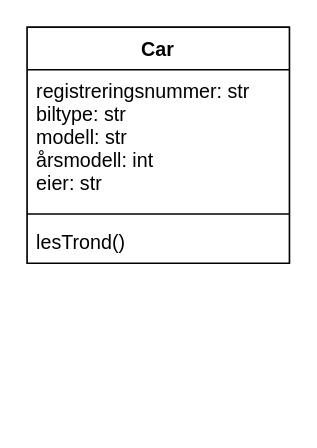
Before: Ommel.drawio in patootey/trafikksystem, a draw.io diagram. Source tidied: cells renumbered, new cells numbered last; positions are measured from the earlier drawing's top-left corner, leaving out a move shared by most shapes. Both pictures are drawn from the tidied source at 164%, with x=0, y=0 at pixel (26, 26).
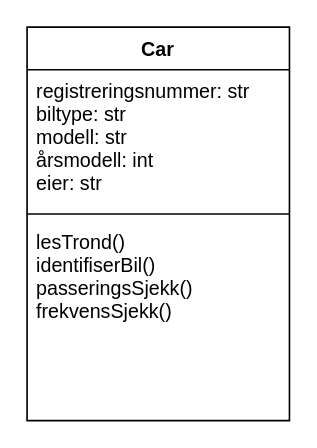
Above is the later version.

Commit message:
Enda mer madafak Ommel

What changed in the source:
```diff
@@
 <mxGraphModel>
   <root>
     <mxCell id="0" />
     <mxCell id="1" parent="0" />
     <mxCell id="2" value="Car" style="swimlane;fontStyle=1;align=center;verticalAlign=top;horizontal=1;startSize=26;" parent="1" vertex="1">
-      <mxGeometry width="160" height="144" as="geometry" />
+      <mxGeometry width="160" height="240" as="geometry" />
     </mxCell>
     <mxCell id="3" value="registreringsnummer: str&#10;biltype: str&#10;modell: str&#10;årsmodell: int&#10;eier: str" style="text;strokeColor=none;fillColor=none;align=left;verticalAlign=top;spacingLeft=4;spacingRight=4;overflow=hidden;" parent="2" vertex="1">
       <mxGeometry y="26" width="160" height="84" as="geometry" />
     </mxCell>
     <mxCell id="4" style="line;strokeWidth=1;fillColor=none;align=left;verticalAlign=middle;spacingTop=-1;spacingLeft=3;spacingRight=3;labelPosition=right;strokeColor=inherit;" parent="2" vertex="1">
       <mxGeometry y="110" width="160" height="8" as="geometry" />
     </mxCell>
-    <mxCell id="5" value="lesTrond()" style="text;strokeColor=none;fillColor=none;align=left;verticalAlign=top;spacingLeft=4;spacingRight=4;overflow=hidden;" parent="2" vertex="1">
-      <mxGeometry y="118" width="160" height="26" as="geometry" />
+    <mxCell id="5" value="lesTrond()&#10;identifiserBil()&#10;passeringsSjekk()&#10;frekvensSjekk()" style="text;strokeColor=none;fillColor=none;align=left;verticalAlign=top;spacingLeft=4;spacingRight=4;overflow=hidden;" parent="2" vertex="1">
+      <mxGeometry y="118" width="160" height="122" as="geometry" />
     </mxCell>
   </root>
 </mxGraphModel>
```
